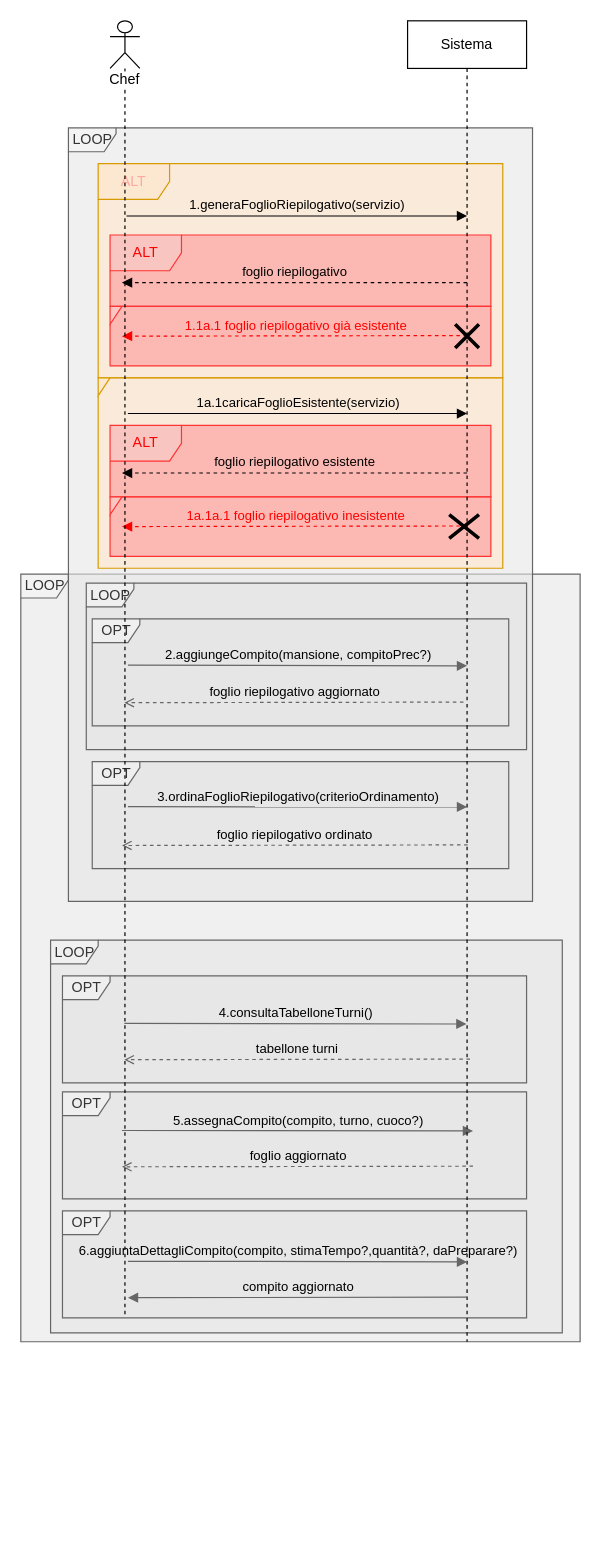
Giacca01/CateRingProject keeps this draw.io diagram as Modellazione_business_requisiti/SSD/SSD_estensioni_eccezioni_passo_1.drawio. Above is the earlier version. Source tidied: cells renumbered, new cells numbered last; positions are measured from the earlier drawing's top-left corner, leaving out a move shared by most shapes. Both pictures are drawn from the tidied source at 119%, with x=0, y=0 at pixel (20, 20).
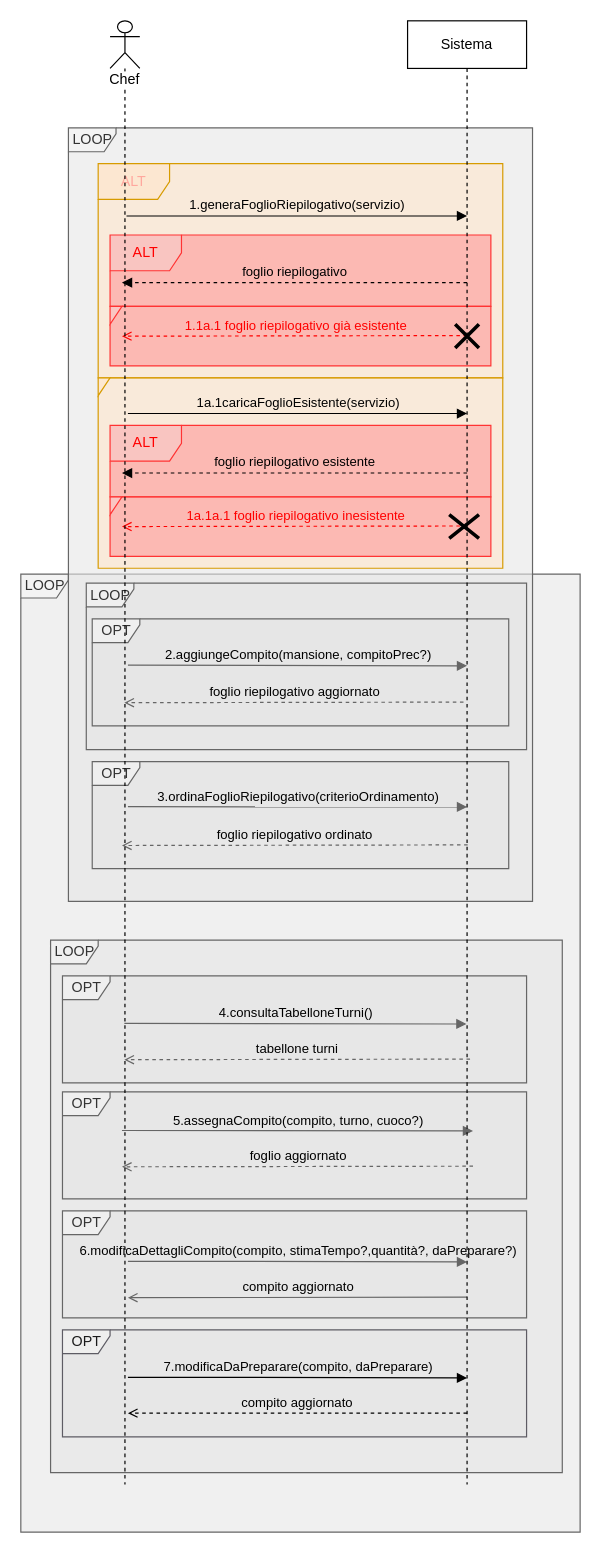
The same diagram, later.

The change refers to these unchanged cells:
```xml
<mxCell id="23" style="group;" parent="1" vertex="1">
  <mxGeometry x="75" y="180" width="320" height="110" as="geometry" />
</mxCell>
<mxCell id="29" style="group;" parent="1" vertex="1">
  <mxGeometry x="75" y="340" width="320" height="110" as="geometry" />
</mxCell>
```

What changed in the source:
```diff
@@
     <mxCell id="2" value="LOOP" style="shape=umlFrame;tabWidth=110;tabHeight=30;tabPosition=left;html=1;boundedLbl=1;labelInHeader=1;width=40;height=20;swimlaneFillColor=#E6E6E6;fillColor=#f5f5f5;strokeColor=#666666;fillOpacity=60;fontColor=#333333;" parent="1" vertex="1">
-      <mxGeometry y="465" width="470" height="645" as="geometry" />
+      <mxGeometry y="465" width="470" height="805" as="geometry" />
     </mxCell>
     <mxCell id="3" value="LOOP" style="shape=umlFrame;tabWidth=110;tabHeight=30;tabPosition=left;html=1;boundedLbl=1;labelInHeader=1;width=40;height=20;swimlaneFillColor=#E6E6E6;fillColor=#f5f5f5;strokeColor=#666666;fillOpacity=60;fontColor=#333333;" parent="1" vertex="1">
-      <mxGeometry x="25" y="772.5" width="430" height="330" as="geometry" />
+      <mxGeometry x="25" y="772.5" width="430" height="447.5" as="geometry" />
     </mxCell>
@@
-    <mxCell id="27" value="1.1a.1 foglio riepilogativo già esistente" style="html=1;verticalAlign=bottom;endArrow=block;edgeStyle=elbowEdgeStyle;elbow=vertical;curved=0;rounded=0;labelBackgroundColor=none;dashed=1;strokeColor=#FF0000;fontColor=#FF0000;" parent="23" edge="1">
+    <mxCell id="27" value="1.1a.1 foglio riepilogativo già esistente" style="html=1;verticalAlign=bottom;endArrow=open;edgeStyle=elbowEdgeStyle;elbow=vertical;curved=0;rounded=0;labelBackgroundColor=none;dashed=1;strokeColor=#FF0000;fontColor=#FF0000;endFill=0;" parent="23" edge="1">
       <mxGeometry relative="1" as="geometry">
         <mxPoint x="300" y="84.5" as="sourcePoint" />
         <mxPoint x="10" y="84.6" as="targetPoint" />
       </mxGeometry>
     </mxCell>
@@
-    <mxCell id="33" value="1a.1a.1 foglio riepilogativo inesistente" style="html=1;verticalAlign=bottom;endArrow=block;edgeStyle=elbowEdgeStyle;elbow=vertical;curved=0;rounded=0;labelBackgroundColor=none;dashed=1;strokeColor=#FF0000;fontColor=#FF0000;" parent="29" edge="1">
+    <mxCell id="33" value="1a.1a.1 foglio riepilogativo inesistente" style="html=1;verticalAlign=bottom;endArrow=open;edgeStyle=elbowEdgeStyle;elbow=vertical;curved=0;rounded=0;labelBackgroundColor=none;dashed=1;strokeColor=#FF0000;fontColor=#FF0000;endFill=0;" parent="29" edge="1">
       <mxGeometry relative="1" as="geometry">
         <mxPoint x="300" y="84.5" as="sourcePoint" />
         <mxPoint x="10" y="84.6" as="targetPoint" />
       </mxGeometry>
     </mxCell>
@@
+    <mxCell id="37" value="6.modificaDettagliCompito(compito, stimaTempo?,quantità?, daPreparare?)" style="html=1;verticalAlign=bottom;endArrow=block;edgeStyle=elbowEdgeStyle;elbow=horizontal;curved=0;rounded=0;labelBackgroundColor=none;fillColor=#f5f5f5;strokeColor=#666666;" parent="1" edge="1">
+      <mxGeometry relative="1" as="geometry">
+        <mxPoint x="90" y="1042.5" as="sourcePoint" />
+        <mxPoint x="375" y="1042.9" as="targetPoint" />
+        <Array as="points">
+          <mxPoint x="185.5" y="1042.9" />
+        </Array>
+      </mxGeometry>
+    </mxCell>
+    <mxCell id="38" value="compito aggiornato" style="html=1;verticalAlign=bottom;endArrow=open;edgeStyle=elbowEdgeStyle;elbow=vertical;curved=0;rounded=0;labelBackgroundColor=none;fillColor=#f5f5f5;strokeColor=#666666;endFill=0;" parent="1" edge="1">
+      <mxGeometry relative="1" as="geometry">
+        <mxPoint x="375" y="1072.5" as="sourcePoint" />
+        <mxPoint x="90" y="1072.5" as="targetPoint" />
+      </mxGeometry>
+    </mxCell>
+    <mxCell id="39" value="OPT" style="shape=umlFrame;tabWidth=110;tabHeight=30;tabPosition=left;html=1;boundedLbl=1;labelInHeader=1;width=40;height=20;swimlaneFillColor=#E6E6E6;fillColor=#f6f5f4;strokeColor=#5e5c64;fillOpacity=60;fontColor=#1A1A1A;" parent="1" vertex="1">
+      <mxGeometry x="35" y="1100" width="390" height="90" as="geometry" />
+    </mxCell>
+    <mxCell id="40" value="7.modificaDaPreparare(compito, daPreparare)" style="html=1;verticalAlign=bottom;endArrow=block;edgeStyle=elbowEdgeStyle;elbow=horizontal;curved=0;rounded=0;labelBackgroundColor=none;" parent="1" edge="1">
+      <mxGeometry relative="1" as="geometry">
+        <mxPoint x="90" y="1140" as="sourcePoint" />
+        <mxPoint x="375" y="1140.4" as="targetPoint" />
+        <Array as="points">
+          <mxPoint x="185.5" y="1140.4" />
+        </Array>
+      </mxGeometry>
+    </mxCell>
+    <mxCell id="41" value="compito aggiornato" style="html=1;verticalAlign=bottom;endArrow=open;edgeStyle=elbowEdgeStyle;elbow=vertical;curved=0;rounded=0;labelBackgroundColor=none;endFill=0;dashed=1;" parent="1" edge="1">
+      <mxGeometry relative="1" as="geometry">
+        <mxPoint x="375" y="1170" as="sourcePoint" />
+        <mxPoint x="90" y="1170" as="targetPoint" />
+      </mxGeometry>
+    </mxCell>
     <mxCell id="35" value="Chef" style="shape=umlLifeline;participant=umlActor;perimeter=lifelinePerimeter;whiteSpace=wrap;html=1;verticalAlign=top;spacingTop=36;labelBackgroundColor=default;" parent="1" vertex="1">
-      <mxGeometry x="75" width="25" height="1090" as="geometry" />
+      <mxGeometry x="75" width="25" height="1230" as="geometry" />
     </mxCell>
     <mxCell id="36" value="Sistema" style="shape=umlLifeline;perimeter=lifelinePerimeter;whiteSpace=wrap;html=1;labelBackgroundColor=none;" parent="1" vertex="1">
-      <mxGeometry x="325" width="100" height="1110" as="geometry" />
+      <mxGeometry x="325" width="100" height="1230" as="geometry" />
     </mxCell>
-    <mxCell id="37" value="6.aggiuntaDettagliCompito(compito, stimaTempo?,quantità?, daPreparare?)" style="html=1;verticalAlign=bottom;endArrow=block;edgeStyle=elbowEdgeStyle;elbow=horizontal;curved=0;rounded=0;labelBackgroundColor=none;fillColor=#f5f5f5;strokeColor=#666666;" parent="1" edge="1">
-      <mxGeometry relative="1" as="geometry">
-        <mxPoint x="90" y="1042.5" as="sourcePoint" />
-        <mxPoint x="375" y="1042.9" as="targetPoint" />
-        <Array as="points">
-          <mxPoint x="185.5" y="1042.9" />
-        </Array>
-      </mxGeometry>
-    </mxCell>
-    <mxCell id="38" value="compito aggiornato" style="html=1;verticalAlign=bottom;endArrow=block;edgeStyle=elbowEdgeStyle;elbow=vertical;curved=0;rounded=0;labelBackgroundColor=none;fillColor=#f5f5f5;strokeColor=#666666;" parent="1" edge="1">
-      <mxGeometry relative="1" as="geometry">
-        <mxPoint x="375" y="1072.5" as="sourcePoint" />
-        <mxPoint x="90" y="1072.5" as="targetPoint" />
-      </mxGeometry>
-    </mxCell>
```
